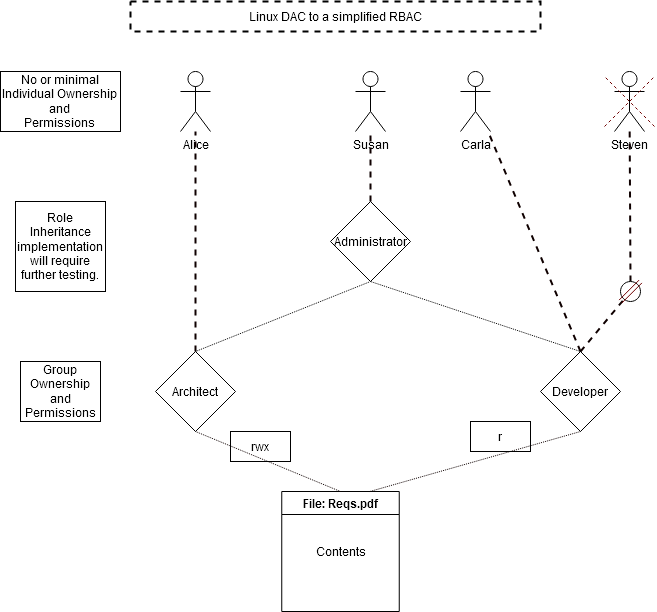
Above: Linux Filesystem test RBAC.png in Nobel-CS/RBAC_test (draw.io), before the change. Source tidied: cells renumbered, new cells last; positions are measured from the earlier drawing's top-left corner, leaving out a move shared by most shapes. Source of this version:
```xml
<mxGraphModel>
  <root>
    <mxCell id="0" />
    <mxCell id="1" parent="0" />
    <mxCell id="2" value="&lt;div&gt;Alice&lt;/div&gt;" style="shape=umlActor;verticalLabelPosition=bottom;verticalAlign=top;html=1;outlineConnect=0;" parent="1" vertex="1">
      <mxGeometry x="180" y="70" width="30" height="60" as="geometry" />
    </mxCell>
    <mxCell id="3" value="Susan" style="shape=umlActor;verticalLabelPosition=bottom;verticalAlign=top;html=1;outlineConnect=0;" parent="1" vertex="1">
      <mxGeometry x="355" y="70" width="30" height="60" as="geometry" />
    </mxCell>
    <mxCell id="4" value="Carla" style="shape=umlActor;verticalLabelPosition=bottom;verticalAlign=top;html=1;outlineConnect=0;" parent="1" vertex="1">
      <mxGeometry x="460" y="70" width="30" height="60" as="geometry" />
    </mxCell>
    <mxCell id="5" value="Steven" style="shape=umlActor;verticalLabelPosition=bottom;verticalAlign=top;html=1;outlineConnect=0;" parent="1" vertex="1">
      <mxGeometry x="614" y="70" width="30" height="60" as="geometry" />
    </mxCell>
    <mxCell id="6" style="endArrow=none;dashed=1;html=1;rounded=0;fillColor=#a20025;strokeColor=#6F0000;" parent="1" edge="1">
      <mxGeometry relative="1" as="geometry">
        <mxPoint x="604" y="125" as="sourcePoint" />
        <mxPoint x="654" y="75" as="targetPoint" />
      </mxGeometry>
    </mxCell>
    <mxCell id="7" style="endArrow=none;dashed=1;html=1;rounded=0;fillColor=#a20025;strokeColor=#6F0000;" parent="1" edge="1">
      <mxGeometry relative="1" as="geometry">
        <mxPoint x="654" y="125" as="sourcePoint" />
        <mxPoint x="604" y="75" as="targetPoint" />
      </mxGeometry>
    </mxCell>
    <mxCell id="8" value="File: Reqs.pdf" style="swimlane;whiteSpace=wrap;html=1;" parent="1" vertex="1">
      <mxGeometry x="281.2" y="490" width="117.5" height="120" as="geometry" />
    </mxCell>
    <mxCell id="9" value="Contents" style="text;html=1;align=center;verticalAlign=middle;strokeColor=none;fillColor=none;" parent="8" vertex="1">
      <mxGeometry x="23.8" y="45" width="70" height="30" as="geometry" />
    </mxCell>
    <mxCell id="10" value="Administrator" style="rhombus;whiteSpace=wrap;html=1;" parent="1" vertex="1">
      <mxGeometry x="330" y="200" width="80" height="80" as="geometry" />
    </mxCell>
    <mxCell id="11" style="rounded=0;jettySize=auto;html=1;exitX=0.5;exitY=0;exitDx=0;exitDy=0;dashed=1;strokeColor=#0F0000;strokeWidth=2;endArrow=none;endFill=0;" parent="1" edge="1" source="13" target="2">
      <mxGeometry relative="1" as="geometry" />
    </mxCell>
    <mxCell id="12" style="edgeStyle=none;rounded=0;jettySize=auto;html=1;exitX=0.5;exitY=1;exitDx=0;exitDy=0;entryX=0.5;entryY=0;entryDx=0;entryDy=0;dashed=1;dashPattern=1 1;strokeColor=#0F0000;strokeWidth=1;endArrow=none;endFill=0;" parent="1" edge="1" source="13" target="8">
      <mxGeometry relative="1" as="geometry" />
    </mxCell>
    <mxCell id="13" value="Architect" style="rhombus;whiteSpace=wrap;html=1;" parent="1" vertex="1">
      <mxGeometry x="155" y="350" width="80" height="80" as="geometry" />
    </mxCell>
    <mxCell id="14" style="edgeStyle=none;rounded=0;jettySize=auto;html=1;exitX=0.5;exitY=0;exitDx=0;exitDy=0;dashed=1;strokeColor=#0F0000;strokeWidth=2;endArrow=none;endFill=0;" parent="1" edge="1" source="17" target="4">
      <mxGeometry relative="1" as="geometry" />
    </mxCell>
    <mxCell id="15" style="edgeStyle=none;rounded=0;jettySize=auto;html=1;exitX=0.5;exitY=0;exitDx=0;exitDy=0;dashed=1;strokeColor=#0F0000;strokeWidth=2;endArrow=none;endFill=0;startArrow=none;" parent="1" edge="1" source="19" target="5">
      <mxGeometry relative="1" as="geometry" />
    </mxCell>
    <mxCell id="16" style="edgeStyle=none;rounded=0;jettySize=auto;html=1;exitX=0.5;exitY=1;exitDx=0;exitDy=0;entryX=0.75;entryY=0;entryDx=0;entryDy=0;dashed=1;dashPattern=1 1;strokeColor=#0F0000;strokeWidth=1;endArrow=none;endFill=0;" parent="1" edge="1" source="17" target="8">
      <mxGeometry relative="1" as="geometry" />
    </mxCell>
    <mxCell id="17" value="Developer" style="rhombus;whiteSpace=wrap;html=1;" parent="1" vertex="1">
      <mxGeometry x="540" y="350" width="80" height="80" as="geometry" />
    </mxCell>
    <mxCell id="18" style="endArrow=none;dashed=1;html=1;rounded=0;strokeColor=#0F0000;exitX=0.5;exitY=0;exitDx=0;exitDy=0;strokeWidth=2;" parent="1" edge="1" source="10" target="3">
      <mxGeometry relative="1" as="geometry" />
    </mxCell>
    <mxCell id="19" style="ellipse;whiteSpace=wrap;html=1;" parent="1" vertex="1">
      <mxGeometry x="620" y="280" width="20" height="20" as="geometry" />
    </mxCell>
    <mxCell id="20" style="edgeStyle=none;rounded=0;jettySize=auto;html=1;exitX=0.5;exitY=0;exitDx=0;exitDy=0;dashed=1;strokeColor=#0F0000;strokeWidth=2;endArrow=none;endFill=0;" parent="1" edge="1" source="17" target="19">
      <mxGeometry relative="1" as="geometry" />
    </mxCell>
    <mxCell id="21" style="shape=link;endArrow=none;html=1;rounded=1;strokeColor=#6F0000;strokeWidth=1;endFill=0;fillColor=#a20025;sketch=0;" parent="1" edge="1">
      <mxGeometry relative="1" as="geometry">
        <mxPoint x="620" y="300" as="sourcePoint" />
        <mxPoint x="640" y="280" as="targetPoint" />
      </mxGeometry>
    </mxCell>
    <mxCell id="22" value="rwx" style="text;html=1;strokeColor=default;fillColor=none;align=center;verticalAlign=middle;whiteSpace=wrap;rounded=0;" parent="1" vertex="1">
      <mxGeometry x="230" y="430" width="60" height="30" as="geometry" />
    </mxCell>
    <mxCell id="23" value="r" style="text;html=1;strokeColor=default;fillColor=none;align=center;verticalAlign=middle;whiteSpace=wrap;rounded=0;" parent="1" vertex="1">
      <mxGeometry x="470" y="420" width="60" height="30" as="geometry" />
    </mxCell>
    <mxCell id="24" value="Group Ownership and Permissions" style="text;html=1;strokeColor=default;fillColor=none;align=center;verticalAlign=middle;whiteSpace=wrap;rounded=0;" parent="1" vertex="1">
      <mxGeometry x="20" y="360" width="80" height="60" as="geometry" />
    </mxCell>
    <mxCell id="25" value="&lt;div&gt;No or minimal Individual Ownership &lt;br&gt;&lt;/div&gt;&lt;div&gt;and &lt;br&gt;&lt;/div&gt;&lt;div&gt;Permissions&lt;br&gt;&lt;/div&gt;" style="text;html=1;strokeColor=default;fillColor=none;align=center;verticalAlign=middle;whiteSpace=wrap;rounded=0;" parent="1" vertex="1">
      <mxGeometry y="70" width="120" height="60" as="geometry" />
    </mxCell>
    <mxCell id="26" value="Linux DAC to a simplified RBAC " style="text;html=1;strokeColor=default;fillColor=none;align=center;verticalAlign=middle;whiteSpace=wrap;rounded=0;dashed=1;strokeWidth=2;" parent="1" vertex="1">
      <mxGeometry x="130" width="410" height="30" as="geometry" />
    </mxCell>
    <mxCell id="27" value="Role Inheritance implementation will require further testing." style="text;html=1;strokeColor=default;fillColor=none;align=center;verticalAlign=middle;whiteSpace=wrap;rounded=0;" parent="1" vertex="1">
      <mxGeometry x="15" y="200" width="90" height="90" as="geometry" />
    </mxCell>
    <mxCell id="28" style="endArrow=none;dashed=1;html=1;rounded=0;dashPattern=1 1;entryX=0.5;entryY=1;entryDx=0;entryDy=0;exitX=0.5;exitY=0;exitDx=0;exitDy=0;" parent="1" edge="1" source="13" target="10">
      <mxGeometry relative="1" as="geometry" />
    </mxCell>
    <mxCell id="29" style="endArrow=none;dashed=1;html=1;rounded=0;dashPattern=1 1;entryX=0.5;entryY=1;entryDx=0;entryDy=0;exitX=0.5;exitY=0;exitDx=0;exitDy=0;" parent="1" edge="1" source="17" target="10">
      <mxGeometry relative="1" as="geometry" />
    </mxCell>
  </root>
</mxGraphModel>
```
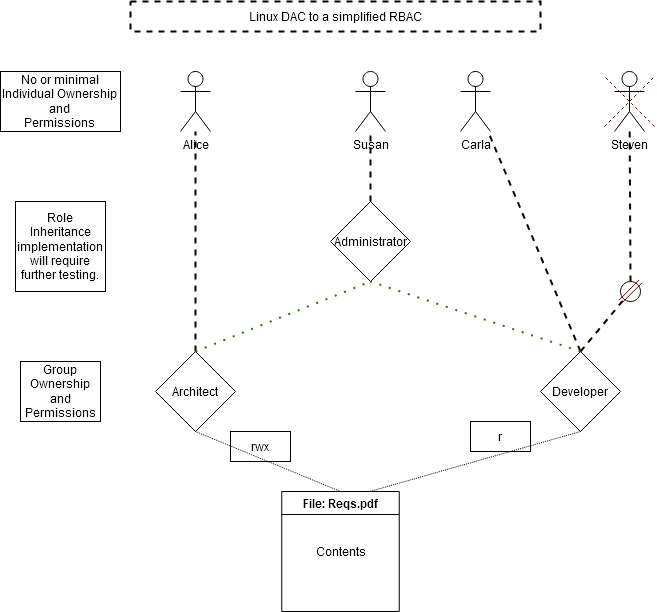
After the commit.

What changed in the source:
```diff
@@ -89,10 +89,10 @@
     <mxCell id="27" value="Role Inheritance implementation will require further testing." style="text;html=1;strokeColor=default;fillColor=none;align=center;verticalAlign=middle;whiteSpace=wrap;rounded=0;" parent="1" vertex="1">
       <mxGeometry x="15" y="200" width="90" height="90" as="geometry" />
     </mxCell>
-    <mxCell id="28" style="endArrow=none;dashed=1;html=1;rounded=0;dashPattern=1 1;entryX=0.5;entryY=1;entryDx=0;entryDy=0;exitX=0.5;exitY=0;exitDx=0;exitDy=0;" parent="1" edge="1" source="13" target="10">
+    <mxCell id="28" style="endArrow=none;dashed=1;html=1;rounded=0;dashPattern=1 4;entryX=0.5;entryY=1;entryDx=0;entryDy=0;exitX=0.5;exitY=0;exitDx=0;exitDy=0;strokeWidth=2;fillColor=#60a917;strokeColor=#2D7600;" parent="1" edge="1" source="13" target="10">
       <mxGeometry relative="1" as="geometry" />
     </mxCell>
-    <mxCell id="29" style="endArrow=none;dashed=1;html=1;rounded=0;dashPattern=1 1;entryX=0.5;entryY=1;entryDx=0;entryDy=0;exitX=0.5;exitY=0;exitDx=0;exitDy=0;" parent="1" edge="1" source="17" target="10">
+    <mxCell id="29" style="endArrow=none;dashed=1;html=1;rounded=0;dashPattern=1 4;entryX=0.5;entryY=1;entryDx=0;entryDy=0;exitX=0.5;exitY=0;exitDx=0;exitDy=0;strokeWidth=2;fillColor=#60a917;strokeColor=#2D7600;" parent="1" edge="1" source="17" target="10">
       <mxGeometry relative="1" as="geometry" />
     </mxCell>
   </root>
```
